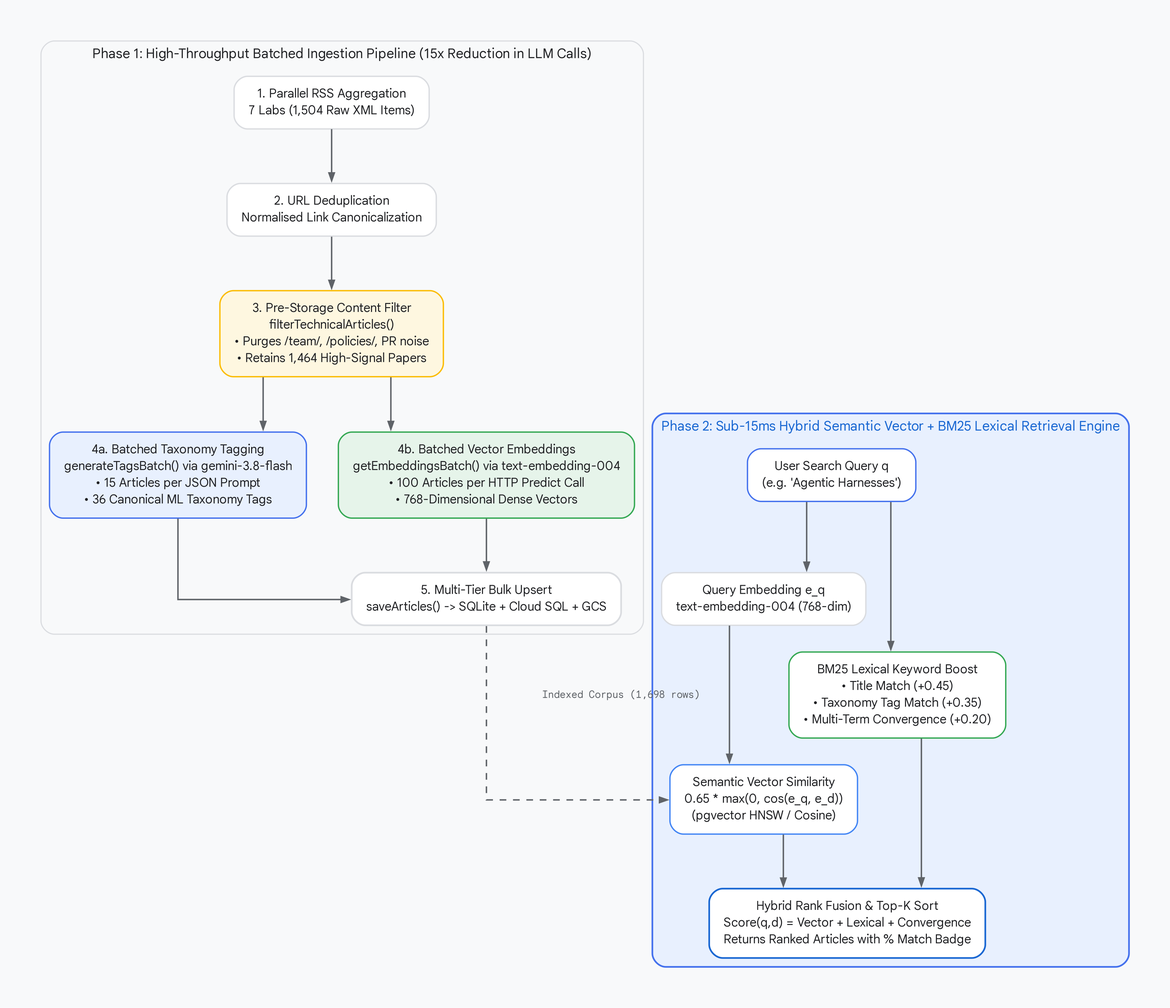
Before: public/architecture/ingestion_and_hybrid_search.png, a diagram exported from Graphviz (salekh/ai-research-pulse). Its source is kept beside it as docs/diagrams/ingestion_and_hybrid_search.dot. Source of this version:
```dot
digraph IngestionAndHybridSearch {
  rankdir=TB;
  pad="0.4";
  nodesep="0.4";
  ranksep="0.65";
  fontname="Google Sans";
  fontsize=13;
  splines=ortho;

  node [
    fontname="Google Sans Text",
    fontsize=11,
    shape=box,
    style="rounded,filled",
    fillcolor="#FFFFFF",
    color="#DADCE0",
    fontcolor="#202124",
    margin="0.18,0.12"
  ];

  edge [
    fontname="Google Sans Mono",
    fontsize=9,
    color="#5F6368",
    fontcolor="#5F6368",
    penwidth=1.3
  ];

  subgraph cluster_ingestion {
    label="Phase 1: High-Throughput Batched Ingestion Pipeline (15x Reduction in LLM Calls)";
    fontname="Google Sans";
    fontsize=12;
    fontcolor="#202124";
    style="rounded,filled";
    fillcolor="#F8F9FA";
    color="#DADCE0";

    rss_raw [label="1. Parallel RSS Aggregation\n7 Labs (1,504 Raw XML Items)", fillcolor="#FFFFFF"];
    dedup [label="2. URL Deduplication\nNormalised Link Canonicalization", fillcolor="#FFFFFF"];
    filter [
      label="3. Pre-Storage Content Filter\nfilterTechnicalArticles()\n• Purges /team/, /policies/, PR noise\n• Retains 1,464 High-Signal Papers",
      fillcolor="#FEF7E0",
      color="#FBBC04"
    ];
    batch_tags [
      label="4a. Batched Taxonomy Tagging\ngenerateTagsBatch() via gemini-3.8-flash\n• 15 Articles per JSON Prompt\n• 36 Canonical ML Taxonomy Tags",
      fillcolor="#E8F0FE",
      color="#4471ED"
    ];
    batch_embed [
      label="4b. Batched Vector Embeddings\ngetEmbeddingsBatch() via text-embedding-004\n• 100 Articles per HTTP Predict Call\n• 768-Dimensional Dense Vectors",
      fillcolor="#E6F4EA",
      color="#34A853"
    ];
    upsert_all [
      label="5. Multi-Tier Bulk Upsert\nsaveArticles() -> SQLite + Cloud SQL + GCS",
      fillcolor="#FFFFFF",
      penwidth=1.5
    ];

    rss_raw -> dedup -> filter;
    filter -> batch_tags;
    filter -> batch_embed;
    batch_tags -> upsert_all;
    batch_embed -> upsert_all;
  }

  subgraph cluster_retrieval {
    label="Phase 2: Sub-15ms Hybrid Semantic Vector + BM25 Lexical Retrieval Engine";
    fontname="Google Sans";
    fontsize=12;
    fontcolor="#1967D2";
    style="rounded,filled";
    fillcolor="#E8F0FE";
    color="#4471ED";
    penwidth=1.5;

    user_q [label="User Search Query q\n(e.g. 'Agentic Harnesses')", fillcolor="#FFFFFF", color="#4471ED"];
    q_embed [label="Query Embedding e_q\ntext-embedding-004 (768-dim)", fillcolor="#FFFFFF"];
    vec_score [
      label="Semantic Vector Similarity\n0.65 * max(0, cos(e_q, e_d))\n(pgvector HNSW / Cosine)",
      fillcolor="#FFFFFF",
      color="#4285F4"
    ];
    lex_score [
      label="BM25 Lexical Keyword Boost\n• Title Match (+0.45)\n• Taxonomy Tag Match (+0.35)\n• Multi-Term Convergence (+0.20)",
      fillcolor="#FFFFFF",
      color="#34A853"
    ];
    rank_merge [
      label="Hybrid Rank Fusion & Top-K Sort\nScore(q,d) = Vector + Lexical + Convergence\nReturns Ranked Articles with % Match Badge",
      fillcolor="#FFFFFF",
      color="#1967D2",
      penwidth=1.5
    ];

    user_q -> q_embed -> vec_score;
    user_q -> lex_score;
    vec_score -> rank_merge;
    lex_score -> rank_merge;
  }

  upsert_all -> vec_score [style="dashed", label="Indexed Corpus (1,698 rows)"];
}
```
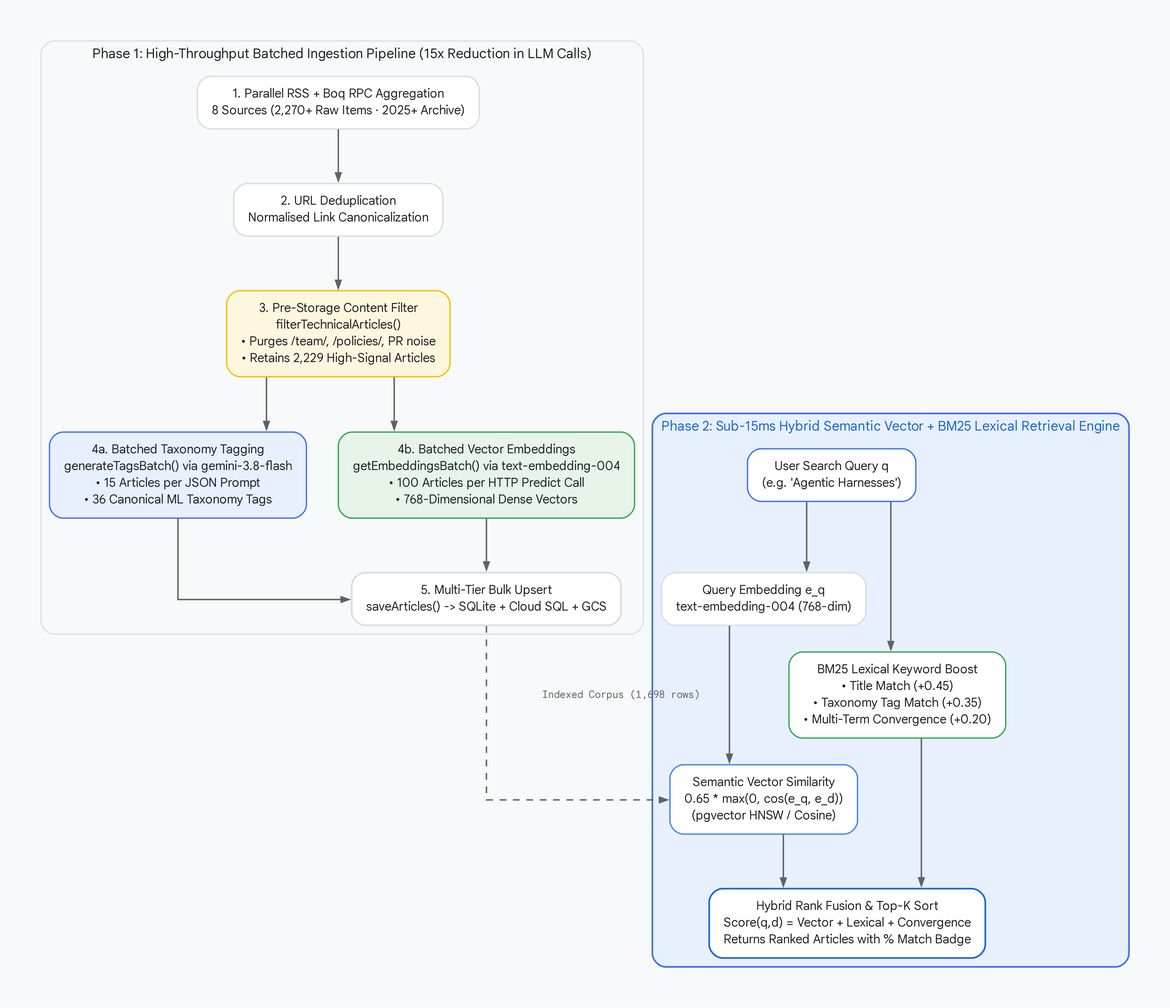
After the commit.

Change to the diagram source:
```diff
@@ -35,10 +35,10 @@
     fillcolor="#F8F9FA";
     color="#DADCE0";
 
-    rss_raw [label="1. Parallel RSS Aggregation\n7 Labs (1,504 Raw XML Items)", fillcolor="#FFFFFF"];
+    rss_raw [label="1. Parallel RSS + Boq RPC Aggregation\n8 Sources (2,270+ Raw Items · 2025+ Archive)", fillcolor="#FFFFFF"];
     dedup [label="2. URL Deduplication\nNormalised Link Canonicalization", fillcolor="#FFFFFF"];
     filter [
-      label="3. Pre-Storage Content Filter\nfilterTechnicalArticles()\n• Purges /team/, /policies/, PR noise\n• Retains 1,464 High-Signal Papers",
+      label="3. Pre-Storage Content Filter\nfilterTechnicalArticles()\n• Purges /team/, /policies/, PR noise\n• Retains 2,229 High-Signal Articles",
       fillcolor="#FEF7E0",
       color="#FBBC04"
     ];
```
